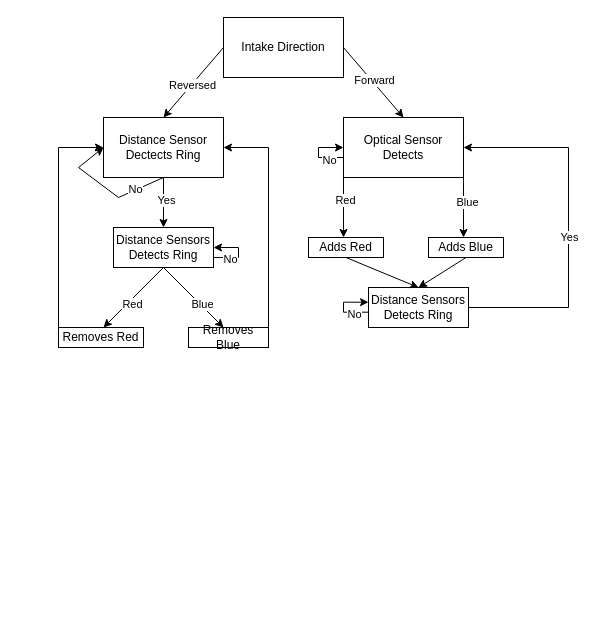
The draw.io diagram Flowcharts/intake.drawio in Lunar-Eclipse255/Robotics-Flowcharts, before the edit. Source tidied: cells renumbered, new cells numbered last; positions are measured from the earlier drawing's top-left corner, leaving out a move shared by most shapes. Both pictures are drawn from the tidied source at 100%, with x=0, y=0 at pixel (58, 17).
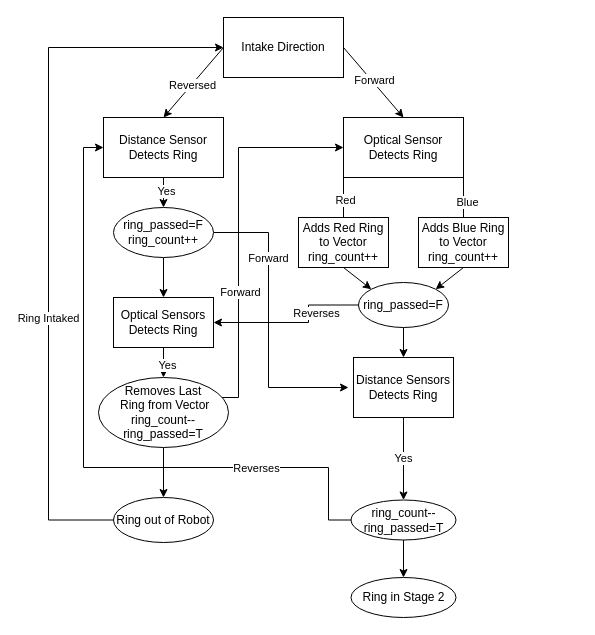
After the change.

The change refers to these unchanged cells:
```xml
<mxCell id="2" value="Intake Direction" style="rounded=0;whiteSpace=wrap;html=1;" parent="1" vertex="1">
  <mxGeometry x="165" width="120" height="60" as="geometry" />
</mxCell>
```

Change to the diagram source:
```diff
@@
-    <mxCell id="3" value="Optical Sensor Detects" style="rounded=0;whiteSpace=wrap;html=1;" parent="1" vertex="1">
+    <mxCell id="3" value="Optical Sensor Detects Ring" style="rounded=0;whiteSpace=wrap;html=1;" parent="1" vertex="1">
       <mxGeometry x="285" y="100" width="120" height="60" as="geometry" />
     </mxCell>
-    <mxCell id="4" value="Distance Sensor Dectects Ring" style="rounded=0;whiteSpace=wrap;html=1;" parent="1" vertex="1">
+    <mxCell id="4" value="&lt;div&gt;Distance Sensor Detects Ring&lt;/div&gt;" style="rounded=0;whiteSpace=wrap;html=1;" parent="1" vertex="1">
       <mxGeometry x="45" y="100" width="120" height="60" as="geometry" />
     </mxCell>
@@
-    <mxCell id="11" value="Adds Red" style="rounded=0;whiteSpace=wrap;html=1;" parent="1" vertex="1">
-      <mxGeometry x="250" y="220" width="75" height="20" as="geometry" />
+    <mxCell id="11" value="&lt;div&gt;Adds Red Ring to Vector&lt;br&gt;&lt;/div&gt;&lt;div&gt;ring_count++&lt;br&gt;&lt;/div&gt;" style="rounded=0;whiteSpace=wrap;html=1;" parent="1" vertex="1">
+      <mxGeometry x="240" y="200" width="90" height="50" as="geometry" />
     </mxCell>
@@
-    <mxCell id="14" value="Adds Blue" style="rounded=0;whiteSpace=wrap;html=1;" parent="1" vertex="1">
-      <mxGeometry x="370" y="220" width="75" height="20" as="geometry" />
+    <mxCell id="14" value="&lt;div&gt;Adds Blue Ring to Vector&lt;/div&gt;&lt;div&gt;ring_count++&lt;br&gt;&lt;/div&gt;" style="rounded=0;whiteSpace=wrap;html=1;" parent="1" vertex="1">
+      <mxGeometry x="360" y="200" width="90" height="50" as="geometry" />
     </mxCell>
+    <mxCell id="20" value="Yes" style="edgeStyle=orthogonalEdgeStyle;rounded=0;jettySize=auto;html=1;" parent="1" edge="1" source="15" target="68">
+      <mxGeometry relative="1" as="geometry" />
+    </mxCell>
+    <mxCell id="50" style="edgeStyle=orthogonalEdgeStyle;rounded=0;jettySize=auto;html=1;entryX=0;entryY=0.5;entryDx=0;entryDy=0;exitX=0;exitY=0.5;exitDx=0;exitDy=0;" parent="1" edge="1" source="68" target="4">
+      <mxGeometry relative="1" as="geometry">
+        <Array as="points">
+          <mxPoint x="270" y="503" />
+          <mxPoint x="270" y="450" />
+          <mxPoint x="25" y="450" />
+          <mxPoint x="25" y="130" />
+        </Array>
+      </mxGeometry>
+    </mxCell>
+    <mxCell id="51" value="Reverses" style="edgeLabel;html=1;align=center;verticalAlign=middle;" parent="50" vertex="1">
+      <mxGeometry x="-0.55" relative="1" as="geometry" />
+    </mxCell>
-    <mxCell id="15" value="Distance Sensors Detects Ring" style="rounded=0;whiteSpace=wrap;html=1;" parent="1" vertex="1">
-      <mxGeometry x="310" y="270" width="100" height="40" as="geometry" />
+    <mxCell id="15" value="&lt;div&gt;Distance Sensors Detects Ring&lt;/div&gt;" style="rounded=0;whiteSpace=wrap;html=1;" parent="1" vertex="1">
+      <mxGeometry x="295" y="340" width="100" height="60" as="geometry" />
     </mxCell>
-    <mxCell id="16" style="endArrow=classic;html=1;rounded=0;exitX=0.5;exitY=1;exitDx=0;exitDy=0;entryX=0.5;entryY=0;entryDx=0;entryDy=0;" parent="1" edge="1" source="11" target="15">
-      <mxGeometry relative="1" as="geometry" />
-    </mxCell>
-    <mxCell id="17" style="endArrow=classic;html=1;rounded=0;exitX=0.5;exitY=1;exitDx=0;exitDy=0;entryX=0.5;entryY=0;entryDx=0;entryDy=0;" parent="1" edge="1" source="14" target="15">
+    <mxCell id="17" style="endArrow=classic;html=1;rounded=0;exitX=0.5;exitY=1;exitDx=0;exitDy=0;entryX=1;entryY=0;entryDx=0;entryDy=0;" parent="1" edge="1" source="14" target="62">
       <mxGeometry relative="1" as="geometry" />
     </mxCell>
-    <mxCell id="18" style="endArrow=none;html=1;rounded=0;exitX=1;exitY=0.5;exitDx=0;exitDy=0;" parent="1" edge="1" source="15">
-      <mxGeometry relative="1" as="geometry">
-        <mxPoint x="510" y="290" as="targetPoint" />
-      </mxGeometry>
-    </mxCell>
-    <mxCell id="19" style="endArrow=none;html=1;rounded=0;" parent="1" edge="1">
-      <mxGeometry relative="1" as="geometry">
-        <mxPoint x="510" y="290" as="sourcePoint" />
-        <mxPoint x="510" y="130" as="targetPoint" />
-      </mxGeometry>
-    </mxCell>
-    <mxCell id="20" value="Yes" style="edgeLabel;html=1;align=center;verticalAlign=middle;" parent="19" vertex="1">
-      <mxGeometry x="-0.11" relative="1" as="geometry" />
-    </mxCell>
-    <mxCell id="21" style="endArrow=classic;html=1;rounded=0;entryX=1;entryY=0.5;entryDx=0;entryDy=0;" parent="1" edge="1" target="3">
-      <mxGeometry relative="1" as="geometry">
-        <mxPoint x="510" y="130" as="sourcePoint" />
-      </mxGeometry>
-    </mxCell>
-    <mxCell id="22" style="endArrow=classic;html=1;rounded=0;exitX=0.5;exitY=1;exitDx=0;exitDy=0;" parent="1" edge="1" source="4">
-      <mxGeometry relative="1" as="geometry">
-        <mxPoint x="105" y="210" as="targetPoint" />
-      </mxGeometry>
+    <mxCell id="22" style="endArrow=classic;html=1;rounded=0;exitX=0.5;exitY=1;exitDx=0;exitDy=0;entryX=0.5;entryY=0;entryDx=0;entryDy=0;" parent="1" edge="1" source="4" target="63">
+      <mxGeometry relative="1" as="geometry" />
     </mxCell>
@@
-    <mxCell id="24" value="Distance Sensors Detects Ring" style="rounded=0;whiteSpace=wrap;html=1;" parent="1" vertex="1">
-      <mxGeometry x="55" y="210" width="100" height="40" as="geometry" />
+    <mxCell id="24" value="&lt;div&gt;Optical Sensors Detects Ring&lt;/div&gt;" style="rounded=0;whiteSpace=wrap;html=1;" parent="1" vertex="1">
+      <mxGeometry x="55" y="280" width="100" height="50" as="geometry" />
     </mxCell>
-    <mxCell id="25" style="endArrow=classic;html=1;rounded=0;" parent="1" edge="1">
-      <mxGeometry relative="1" as="geometry">
-        <mxPoint x="105" y="250" as="sourcePoint" />
-        <mxPoint x="45" y="310" as="targetPoint" />
-      </mxGeometry>
+    <mxCell id="25" style="endArrow=classic;html=1;rounded=0;entryX=0.5;entryY=0;entryDx=0;entryDy=0;exitX=0.5;exitY=1;exitDx=0;exitDy=0;" parent="1" edge="1" source="24" target="69">
+      <mxGeometry relative="1" as="geometry" />
     </mxCell>
-    <mxCell id="26" value="Red" style="edgeLabel;html=1;align=center;verticalAlign=middle;" parent="25" vertex="1">
+    <mxCell id="26" value="Yes" style="edgeLabel;html=1;align=center;verticalAlign=middle;" parent="25" vertex="1">
       <mxGeometry x="0.13" y="3" relative="1" as="geometry" />
     </mxCell>
-    <mxCell id="27" value="Removes Red" style="rounded=0;whiteSpace=wrap;html=1;" parent="1" vertex="1">
-      <mxGeometry y="310" width="85" height="20" as="geometry" />
-    </mxCell>
-    <mxCell id="28" style="endArrow=classic;html=1;rounded=0;exitX=0.5;exitY=1;exitDx=0;exitDy=0;" parent="1" edge="1" source="24">
-      <mxGeometry relative="1" as="geometry">
-        <mxPoint x="165" y="310" as="targetPoint" />
-      </mxGeometry>
-    </mxCell>
-    <mxCell id="29" value="Blue" style="edgeLabel;html=1;align=center;verticalAlign=middle;" parent="28" vertex="1">
-      <mxGeometry x="0.23" y="1" relative="1" as="geometry">
-        <mxPoint x="1" as="offset" />
-      </mxGeometry>
-    </mxCell>
-    <mxCell id="30" value="Removes Blue" style="rounded=0;whiteSpace=wrap;html=1;" parent="1" vertex="1">
-      <mxGeometry x="130" y="310" width="80" height="20" as="geometry" />
-    </mxCell>
-    <mxCell id="31" style="endArrow=none;html=1;rounded=0;" parent="1" edge="1">
-      <mxGeometry relative="1" as="geometry">
-        <mxPoint y="310" as="sourcePoint" />
-        <mxPoint y="130" as="targetPoint" />
-      </mxGeometry>
-    </mxCell>
-    <mxCell id="32" style="endArrow=classic;html=1;rounded=0;entryX=0;entryY=0.5;entryDx=0;entryDy=0;" parent="1" edge="1" target="4">
-      <mxGeometry relative="1" as="geometry">
-        <mxPoint y="130" as="sourcePoint" />
-      </mxGeometry>
-    </mxCell>
-    <mxCell id="33" style="endArrow=classic;html=1;rounded=0;entryX=1;entryY=0.5;entryDx=0;entryDy=0;" parent="1" edge="1" target="4">
-      <mxGeometry relative="1" as="geometry">
-        <mxPoint x="210" y="130" as="sourcePoint" />
-      </mxGeometry>
-    </mxCell>
-    <mxCell id="34" style="endArrow=none;html=1;rounded=0;exitX=1;exitY=0;exitDx=0;exitDy=0;" parent="1" edge="1" source="30">
-      <mxGeometry relative="1" as="geometry">
-        <mxPoint x="210" y="130" as="targetPoint" />
-      </mxGeometry>
-    </mxCell>
-    <mxCell id="35" style="endArrow=none;html=1;rounded=0;entryX=0.5;entryY=1;entryDx=0;entryDy=0;" parent="1" edge="1" target="4">
-      <mxGeometry relative="1" as="geometry">
-        <mxPoint x="20" y="150" as="sourcePoint" />
-        <Array as="points">
-          <mxPoint x="60" y="180" />
-        </Array>
-      </mxGeometry>
-    </mxCell>
-    <mxCell id="36" value="No" style="edgeLabel;html=1;align=center;verticalAlign=middle;" parent="35" vertex="1">
-      <mxGeometry x="0.38" y="1" relative="1" as="geometry" />
-    </mxCell>
-    <mxCell id="37" style="endArrow=classic;html=1;rounded=0;entryX=0;entryY=0.5;entryDx=0;entryDy=0;" parent="1" edge="1" target="4">
-      <mxGeometry relative="1" as="geometry">
-        <mxPoint x="20" y="150" as="sourcePoint" />
-      </mxGeometry>
-    </mxCell>
-    <mxCell id="38" style="endArrow=none;html=1;rounded=0;exitX=1;exitY=0.75;exitDx=0;exitDy=0;" parent="1" edge="1" source="24">
-      <mxGeometry relative="1" as="geometry">
-        <mxPoint x="180" y="240" as="targetPoint" />
-      </mxGeometry>
-    </mxCell>
-    <mxCell id="39" value="No" style="edgeLabel;html=1;align=center;verticalAlign=middle;" parent="38" vertex="1">
-      <mxGeometry x="0.28" y="-1" relative="1" as="geometry" />
-    </mxCell>
-    <mxCell id="40" style="endArrow=none;html=1;rounded=0;" parent="1" edge="1">
-      <mxGeometry relative="1" as="geometry">
-        <mxPoint x="180" y="240" as="sourcePoint" />
-        <mxPoint x="180" y="230" as="targetPoint" />
-      </mxGeometry>
-    </mxCell>
-    <mxCell id="41" style="endArrow=classic;html=1;rounded=0;entryX=1;entryY=0.5;entryDx=0;entryDy=0;" parent="1" edge="1" target="24">
-      <mxGeometry relative="1" as="geometry">
-        <mxPoint x="180" y="230" as="sourcePoint" />
-      </mxGeometry>
-    </mxCell>
-    <mxCell id="42" style="endArrow=none;html=1;rounded=0;exitX=1;exitY=0.75;exitDx=0;exitDy=0;" parent="1" edge="1">
-      <mxGeometry relative="1" as="geometry">
-        <mxPoint x="260" y="140" as="sourcePoint" />
-        <mxPoint x="285" y="140" as="targetPoint" />
-      </mxGeometry>
-    </mxCell>
-    <mxCell id="43" value="No" style="edgeLabel;html=1;align=center;verticalAlign=middle;" parent="42" vertex="1">
-      <mxGeometry x="-0.37" y="-2" relative="1" as="geometry">
-        <mxPoint x="2" as="offset" />
-      </mxGeometry>
-    </mxCell>
-    <mxCell id="44" style="endArrow=none;html=1;rounded=0;" parent="1" edge="1">
-      <mxGeometry relative="1" as="geometry">
-        <mxPoint x="260" y="140" as="sourcePoint" />
-        <mxPoint x="260" y="130" as="targetPoint" />
-      </mxGeometry>
-    </mxCell>
-    <mxCell id="45" style="endArrow=classic;html=1;rounded=0;" parent="1" edge="1" target="3">
-      <mxGeometry relative="1" as="geometry">
-        <mxPoint x="260" y="130" as="sourcePoint" />
-      </mxGeometry>
-    </mxCell>
-    <mxCell id="46" style="endArrow=none;html=1;rounded=0;exitX=1;exitY=0.75;exitDx=0;exitDy=0;" parent="1" edge="1">
-      <mxGeometry relative="1" as="geometry">
-        <mxPoint x="285" y="294.7" as="sourcePoint" />
-        <mxPoint x="310" y="294.7" as="targetPoint" />
-      </mxGeometry>
-    </mxCell>
-    <mxCell id="47" value="No" style="edgeLabel;html=1;align=center;verticalAlign=middle;" parent="46" vertex="1">
-      <mxGeometry x="-0.37" y="-2" relative="1" as="geometry">
-        <mxPoint x="2" as="offset" />
-      </mxGeometry>
-    </mxCell>
-    <mxCell id="48" style="endArrow=none;html=1;rounded=0;" parent="1" edge="1">
-      <mxGeometry relative="1" as="geometry">
-        <mxPoint x="285" y="294.7" as="sourcePoint" />
-        <mxPoint x="285" y="284.7" as="targetPoint" />
-      </mxGeometry>
-    </mxCell>
-    <mxCell id="49" style="endArrow=classic;html=1;rounded=0;" parent="1" edge="1">
-      <mxGeometry relative="1" as="geometry">
-        <mxPoint x="285" y="284.7" as="sourcePoint" />
-        <mxPoint x="310" y="284.7" as="targetPoint" />
-      </mxGeometry>
-    </mxCell>
+    <mxCell id="52" style="edgeStyle=orthogonalEdgeStyle;rounded=0;jettySize=auto;html=1;entryX=0;entryY=0.5;entryDx=0;entryDy=0;exitX=1;exitY=0;exitDx=0;exitDy=0;" parent="1" edge="1" source="69" target="3">
+      <mxGeometry relative="1" as="geometry">
+        <Array as="points">
+          <mxPoint x="180" y="380" />
+          <mxPoint x="180" y="130" />
+        </Array>
+      </mxGeometry>
+    </mxCell>
+    <mxCell id="53" value="Forward" style="edgeLabel;html=1;align=center;verticalAlign=middle;" parent="52" vertex="1">
+      <mxGeometry x="-0.27" y="-1" relative="1" as="geometry" />
+    </mxCell>
+    <mxCell id="54" style="edgeStyle=orthogonalEdgeStyle;rounded=0;jettySize=auto;html=1;entryX=0.5;entryY=0;entryDx=0;entryDy=0;exitX=0.5;exitY=1;exitDx=0;exitDy=0;" parent="1" edge="1" source="69" target="66">
+      <mxGeometry relative="1" as="geometry" />
+    </mxCell>
+    <mxCell id="55" style="endArrow=classic;html=1;rounded=0;exitX=0.5;exitY=1;exitDx=0;exitDy=0;entryX=0;entryY=0;entryDx=0;entryDy=0;" parent="1" edge="1" source="11" target="62">
+      <mxGeometry relative="1" as="geometry" />
+    </mxCell>
+    <mxCell id="56" style="edgeStyle=orthogonalEdgeStyle;rounded=0;jettySize=auto;html=1;exitX=0.5;exitY=1;exitDx=0;exitDy=0;" parent="1" edge="1" source="62" target="15">
+      <mxGeometry relative="1" as="geometry" />
+    </mxCell>
+    <mxCell id="57" style="edgeStyle=orthogonalEdgeStyle;rounded=0;jettySize=auto;html=1;exitX=0;exitY=0.5;exitDx=0;exitDy=0;entryX=1;entryY=0.5;entryDx=0;entryDy=0;" parent="1" edge="1" source="62" target="24">
+      <mxGeometry relative="1" as="geometry">
+        <Array as="points">
+          <mxPoint x="250" y="288" />
+          <mxPoint x="250" y="305" />
+        </Array>
+      </mxGeometry>
+    </mxCell>
+    <mxCell id="58" value="Reverses" style="edgeLabel;html=1;align=center;verticalAlign=middle;" parent="57" vertex="1">
+      <mxGeometry x="0.07" y="-1" relative="1" as="geometry">
+        <mxPoint x="27" y="-9" as="offset" />
+      </mxGeometry>
+    </mxCell>
+    <mxCell id="59" style="edgeStyle=orthogonalEdgeStyle;rounded=0;jettySize=auto;html=1;exitX=0.5;exitY=1;exitDx=0;exitDy=0;" parent="1" edge="1" source="63" target="24">
+      <mxGeometry relative="1" as="geometry" />
+    </mxCell>
+    <mxCell id="60" style="edgeStyle=orthogonalEdgeStyle;rounded=0;jettySize=auto;html=1;exitX=1;exitY=0.5;exitDx=0;exitDy=0;" parent="1" edge="1" source="63">
+      <mxGeometry relative="1" as="geometry">
+        <mxPoint x="290" y="370" as="targetPoint" />
+        <Array as="points">
+          <mxPoint x="210" y="215" />
+          <mxPoint x="210" y="370" />
+        </Array>
+      </mxGeometry>
+    </mxCell>
+    <mxCell id="61" value="Forward" style="edgeLabel;html=1;align=center;verticalAlign=middle;" parent="60" vertex="1">
+      <mxGeometry x="0.08" y="-1" relative="1" as="geometry">
+        <mxPoint y="-77" as="offset" />
+      </mxGeometry>
+    </mxCell>
+    <mxCell id="62" value="&lt;div&gt;&lt;font style=&quot;font-size: 12px;&quot;&gt;ring_passed=F&lt;/font&gt;&lt;/div&gt;" style="ellipse;whiteSpace=wrap;html=1;" parent="1" vertex="1">
+      <mxGeometry x="300" y="265" width="90" height="45" as="geometry" />
+    </mxCell>
+    <mxCell id="63" value="&lt;div&gt;&lt;font style=&quot;font-size: 12px;&quot;&gt;ring_passed=F&lt;/font&gt;&lt;/div&gt;&lt;div&gt;&lt;font style=&quot;font-size: 12px;&quot;&gt;ring_count++&lt;br&gt;&lt;/font&gt;&lt;/div&gt;" style="ellipse;whiteSpace=wrap;html=1;" parent="1" vertex="1">
+      <mxGeometry x="55" y="190" width="100" height="50" as="geometry" />
+    </mxCell>
+    <mxCell id="64" style="edgeStyle=orthogonalEdgeStyle;rounded=0;jettySize=auto;html=1;entryX=0;entryY=0.5;entryDx=0;entryDy=0;" parent="1" edge="1" source="66" target="2">
+      <mxGeometry relative="1" as="geometry">
+        <Array as="points">
+          <mxPoint x="-10" y="502" />
+          <mxPoint x="-10" y="30" />
+        </Array>
+      </mxGeometry>
+    </mxCell>
+    <mxCell id="65" value="Ring Intaked" style="edgeLabel;html=1;align=center;verticalAlign=middle;" parent="64" vertex="1">
+      <mxGeometry x="-0.25" y="1" relative="1" as="geometry" />
+    </mxCell>
+    <mxCell id="66" value="Ring out of Robot" style="ellipse;whiteSpace=wrap;html=1;" parent="1" vertex="1">
+      <mxGeometry x="55" y="480" width="100" height="45" as="geometry" />
+    </mxCell>
+    <mxCell id="67" style="edgeStyle=orthogonalEdgeStyle;rounded=0;jettySize=auto;html=1;" parent="1" edge="1" source="68" target="70">
+      <mxGeometry relative="1" as="geometry" />
+    </mxCell>
+    <mxCell id="68" value="&lt;div&gt;ring_count--&lt;/div&gt;ring_passed=T" style="ellipse;whiteSpace=wrap;html=1;" parent="1" vertex="1">
+      <mxGeometry x="292.5" y="482.5" width="105" height="40" as="geometry" />
+    </mxCell>
+    <mxCell id="69" value="&lt;div&gt;Removes Last&lt;/div&gt;&lt;div&gt;&amp;nbsp;Ring from Vector&lt;/div&gt;&lt;div&gt;ring_count--&lt;/div&gt;ring_passed=T" style="ellipse;whiteSpace=wrap;html=1;" parent="1" vertex="1">
+      <mxGeometry x="40" y="360" width="130" height="70" as="geometry" />
+    </mxCell>
+    <mxCell id="70" value="Ring in Stage 2" style="ellipse;whiteSpace=wrap;html=1;" parent="1" vertex="1">
+      <mxGeometry x="292.5" y="560" width="105" height="40" as="geometry" />
+    </mxCell>
```
